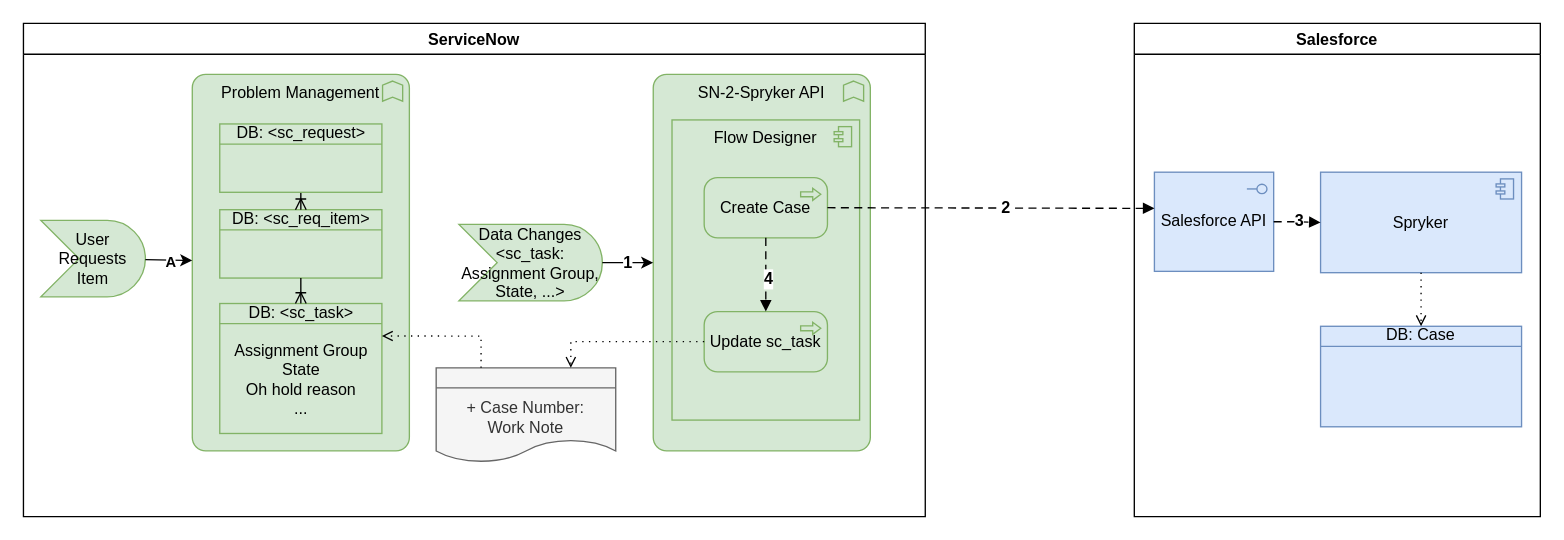
algimas/tmp keeps this draw.io diagram as page "CreateCase" (1 of 4) of SNowSprykerProblem.drawio. Above is the earlier version. Source tidied: cells renumbered, new cells numbered last; positions are measured from the earlier drawing's top-left corner, leaving out a move shared by most shapes. Both pictures are drawn from the tidied source at 134%, with x=0, y=0 at pixel (23, 23).
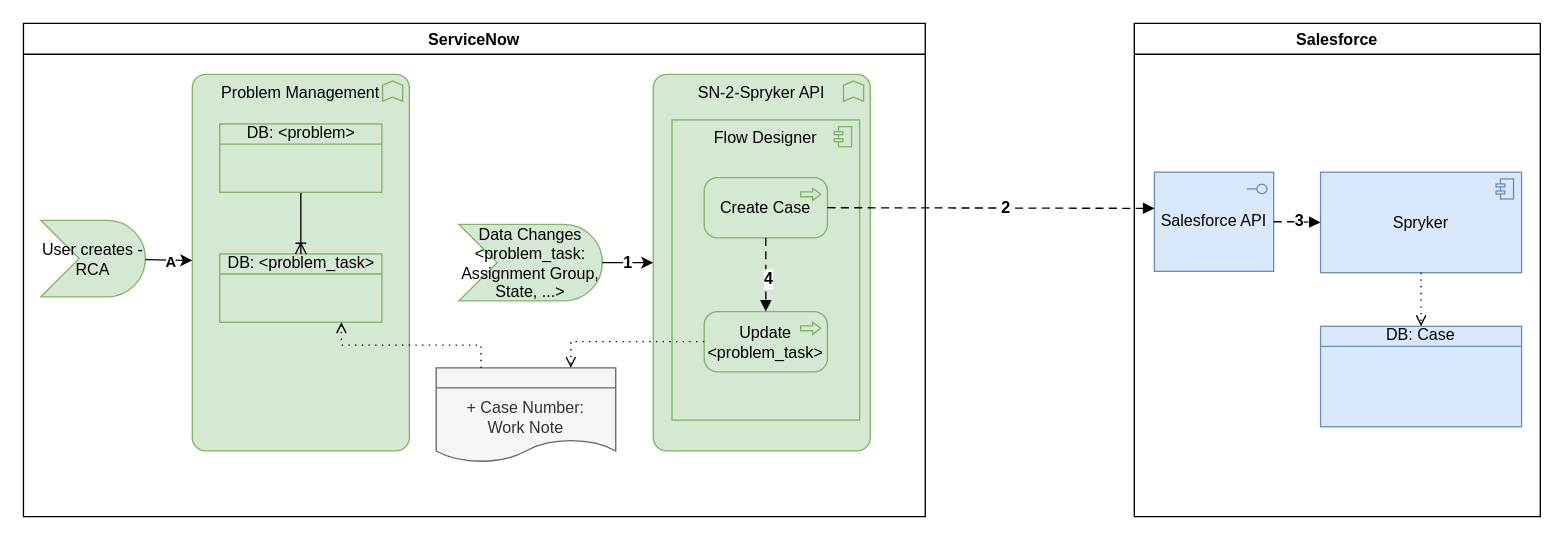
After the change.

The change refers to these unchanged cells:
```xml
<mxCell id="9" value="ServiceNow" style="swimlane;" parent="1" vertex="1">
  <mxGeometry width="673" height="368" as="geometry" />
</mxCell>
<mxCell id="10" value="&lt;div&gt;+ Case Number:&lt;/div&gt;&lt;div&gt;Work Note&lt;br&gt; &lt;/div&gt;" style="html=1;outlineConnect=0;whiteSpace=wrap;fillColor=#f5f5f5;shape=mxgraph.archimate3.representation;fontSize=12;align=center;strokeColor=#666666;fontColor=#333333;" parent="9" vertex="1">
  <mxGeometry x="308" y="257" width="134" height="73" as="geometry" />
</mxCell>
```

Change to the diagram source:
```diff
@@
-    <mxCell id="11" value="User Requests Item" style="html=1;outlineConnect=0;whiteSpace=wrap;fillColor=#d5e8d4;shape=mxgraph.archimate3.event;strokeColor=#82b366;" parent="9" vertex="1">
+    <mxCell id="11" value="User creates - RCA" style="html=1;outlineConnect=0;whiteSpace=wrap;fillColor=#d5e8d4;shape=mxgraph.archimate3.event;strokeColor=#82b366;" parent="9" vertex="1">
       <mxGeometry x="13" y="147" width="78" height="57" as="geometry" />
     </mxCell>
@@
-    <mxCell id="13" value="DB: &amp;lt;sc_req_item&amp;gt;" style="html=1;outlineConnect=0;whiteSpace=wrap;fillColor=#d5e8d4;shape=mxgraph.archimate3.businessObject;overflow=fill;strokeColor=#82b366;" parent="9" vertex="1">
-      <mxGeometry x="146.5" y="139" width="121" height="51" as="geometry" />
+    <mxCell id="13" value="DB: &amp;lt;problem_task&amp;gt;" style="html=1;outlineConnect=0;whiteSpace=wrap;fillColor=#d5e8d4;shape=mxgraph.archimate3.businessObject;overflow=fill;strokeColor=#82b366;" parent="9" vertex="1">
+      <mxGeometry x="146.5" y="172" width="121" height="51" as="geometry" />
     </mxCell>
-    <mxCell id="14" value="&lt;div&gt;DB: &amp;lt;sc_task&amp;gt;&lt;br&gt;&lt;/div&gt;&lt;div&gt;&lt;br&gt;&lt;/div&gt;&lt;div&gt;Assignment Group&lt;/div&gt;&lt;div&gt;State&lt;/div&gt;&lt;div&gt;Oh hold reason&lt;/div&gt;&lt;div&gt;...&lt;br&gt;&lt;/div&gt;" style="html=1;outlineConnect=0;whiteSpace=wrap;fillColor=#d5e8d4;shape=mxgraph.archimate3.businessObject;overflow=fill;strokeColor=#82b366;" parent="9" vertex="1">
-      <mxGeometry x="146.5" y="209" width="121" height="97" as="geometry" />
-    </mxCell>
-    <mxCell id="15" style="fontSize=12;html=1;endArrow=ERoneToMany;rounded=0;exitX=0.5;exitY=1;exitDx=0;exitDy=0;exitPerimeter=0;entryX=0.5;entryY=0;entryDx=0;entryDy=0;entryPerimeter=0;" parent="9" edge="1" source="13" target="14">
-      <mxGeometry relative="1" as="geometry" />
-    </mxCell>
-    <mxCell id="16" value="Data Changes &amp;lt;sc_task: Assignment Group, State, ...&amp;gt;" style="html=1;outlineConnect=0;whiteSpace=wrap;fillColor=#d5e8d4;shape=mxgraph.archimate3.event;strokeColor=#82b366;" parent="9" vertex="1">
+    <mxCell id="16" value="Data Changes &amp;lt;problem_task: Assignment Group, State, ...&amp;gt;" style="html=1;outlineConnect=0;whiteSpace=wrap;fillColor=#d5e8d4;shape=mxgraph.archimate3.event;strokeColor=#82b366;" parent="9" vertex="1">
       <mxGeometry x="325" y="150" width="107" height="57" as="geometry" />
     </mxCell>
@@
-    <mxCell id="20" value="DB: &amp;lt;sc_request&amp;gt;" style="html=1;outlineConnect=0;whiteSpace=wrap;fillColor=#d5e8d4;shape=mxgraph.archimate3.businessObject;overflow=fill;strokeColor=#82b366;" parent="9" vertex="1">
+    <mxCell id="20" value="DB: &amp;lt;problem&amp;gt;" style="html=1;outlineConnect=0;whiteSpace=wrap;fillColor=#d5e8d4;shape=mxgraph.archimate3.businessObject;overflow=fill;strokeColor=#82b366;" parent="9" vertex="1">
       <mxGeometry x="146.5" y="75" width="121" height="51" as="geometry" />
     </mxCell>
@@
-    <mxCell id="24" value="Update sc_task" style="html=1;outlineConnect=0;whiteSpace=wrap;fillColor=#d5e8d4;shape=mxgraph.archimate3.application;appType=proc;archiType=rounded;strokeColor=#82b366;" parent="9" vertex="1">
+    <mxCell id="24" value="Update &amp;lt;problem_task&amp;gt;" style="html=1;outlineConnect=0;whiteSpace=wrap;fillColor=#d5e8d4;shape=mxgraph.archimate3.application;appType=proc;archiType=rounded;strokeColor=#82b366;" parent="9" vertex="1">
       <mxGeometry x="508" y="215" width="92" height="45" as="geometry" />
     </mxCell>
@@
-    <mxCell id="28" style="edgeStyle=orthogonalEdgeStyle;html=1;endArrow=open;elbow=vertical;endFill=0;dashed=1;dashPattern=1 4;rounded=0;fillColor=#80b6a1;exitX=0.25;exitY=0;exitDx=0;exitDy=0;exitPerimeter=0;entryX=1;entryY=0.25;entryDx=0;entryDy=0;entryPerimeter=0;" parent="9" edge="1" source="10" target="14">
+    <mxCell id="28" style="edgeStyle=orthogonalEdgeStyle;html=1;endArrow=open;elbow=vertical;endFill=0;dashed=1;dashPattern=1 4;rounded=0;fillColor=#80b6a1;exitX=0.25;exitY=0;exitDx=0;exitDy=0;exitPerimeter=0;entryX=0.75;entryY=1;entryDx=0;entryDy=0;entryPerimeter=0;" parent="9" edge="1" source="10" target="13">
       <mxGeometry relative="1" as="geometry" />
     </mxCell>
```
